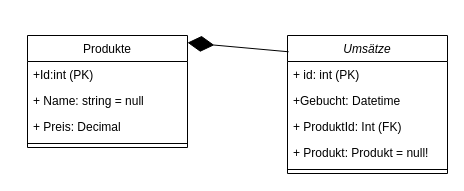
Earlier version of the draw.io diagram Kasse.drawio (Talhak06/ProjektKasse). Source tidied: cells renumbered, new cells numbered last; positions are measured from the earlier drawing's top-left corner, leaving out a move shared by most shapes. Both pictures are drawn from the tidied source at 100%, with x=0, y=0 at pixel (27, 35).
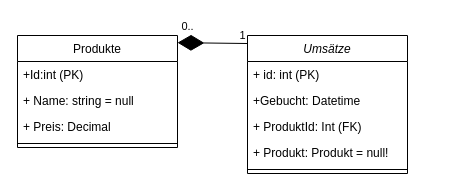
After the change.

Diff of the diagram source:
```diff
@@
 <mxGraphModel>
   <root>
     <mxCell id="0" />
     <mxCell id="1" parent="0" />
     <mxCell id="2" value="Umsätze" style="swimlane;fontStyle=2;align=center;verticalAlign=top;horizontal=1;startSize=26;rounded=0;shadow=0;strokeWidth=1;" parent="1" vertex="1">
-      <mxGeometry x="260" width="160" height="138" as="geometry" />
+      <mxGeometry x="220" width="160" height="138" as="geometry" />
     </mxCell>
     <mxCell id="3" value="+ id: int (PK)" style="text;align=left;verticalAlign=top;spacingLeft=4;spacingRight=4;overflow=hidden;" parent="2" vertex="1">
       <mxGeometry y="26" width="160" height="26" as="geometry" />
     </mxCell>
     <mxCell id="4" value="+Gebucht: Datetime" style="text;align=left;verticalAlign=top;spacingLeft=4;spacingRight=4;overflow=hidden;rounded=0;shadow=0;html=0;" parent="2" vertex="1">
       <mxGeometry y="52" width="160" height="26" as="geometry" />
     </mxCell>
     <mxCell id="5" value="+ ProduktId: Int (FK) " style="text;align=left;verticalAlign=top;spacingLeft=4;spacingRight=4;overflow=hidden;rounded=0;shadow=0;html=0;" parent="2" vertex="1">
       <mxGeometry y="78" width="160" height="26" as="geometry" />
     </mxCell>
     <mxCell id="6" value="+ Produkt: Produkt = null!" style="text;align=left;verticalAlign=top;spacingLeft=4;spacingRight=4;overflow=hidden;rounded=0;shadow=0;html=0;" parent="2" vertex="1">
       <mxGeometry y="104" width="160" height="26" as="geometry" />
     </mxCell>
     <mxCell id="7" style="line;html=1;strokeWidth=1;align=left;verticalAlign=middle;spacingTop=-1;spacingLeft=3;spacingRight=3;labelPosition=right;" parent="2" vertex="1">
       <mxGeometry y="130" width="160" height="8" as="geometry" />
     </mxCell>
     <mxCell id="8" value="Produkte" style="swimlane;fontStyle=0;align=center;verticalAlign=top;horizontal=1;startSize=26;rounded=0;shadow=0;strokeWidth=1;" parent="1" vertex="1">
-      <mxGeometry width="160" height="112" as="geometry" />
+      <mxGeometry x="-10" width="160" height="112" as="geometry" />
     </mxCell>
     <mxCell id="9" value="+Id:int (PK)" style="text;align=left;verticalAlign=top;spacingLeft=4;spacingRight=4;overflow=hidden;" parent="8" vertex="1">
       <mxGeometry y="26" width="160" height="26" as="geometry" />
     </mxCell>
     <mxCell id="10" value="+ Name: string = null" style="text;align=left;verticalAlign=top;spacingLeft=4;spacingRight=4;overflow=hidden;rounded=0;shadow=0;html=0;" parent="8" vertex="1">
       <mxGeometry y="52" width="160" height="26" as="geometry" />
     </mxCell>
     <mxCell id="11" value="+ Preis: Decimal" style="text;align=left;verticalAlign=top;spacingLeft=4;spacingRight=4;overflow=hidden;rounded=0;shadow=0;html=0;" parent="8" vertex="1">
       <mxGeometry y="78" width="160" height="26" as="geometry" />
     </mxCell>
     <mxCell id="12" style="line;html=1;strokeWidth=1;align=left;verticalAlign=middle;spacingTop=-1;spacingLeft=3;spacingRight=3;labelPosition=right;" parent="8" vertex="1">
       <mxGeometry y="104" width="160" height="8" as="geometry" />
     </mxCell>
-    <mxCell id="13" style="endArrow=diamondThin;endFill=1;endSize=24;html=1;rounded=0;entryX=1;entryY=0.064;entryDx=0;entryDy=0;entryPerimeter=0;exitX=0.007;exitY=0.118;exitDx=0;exitDy=0;exitPerimeter=0;" parent="1" edge="1" source="2" target="8">
+    <mxCell id="13" style="endArrow=diamondThin;endFill=1;endSize=24;html=1;rounded=0;entryX=1;entryY=0.064;entryDx=0;entryDy=0;entryPerimeter=0;exitX=0;exitY=0.058;exitDx=0;exitDy=0;exitPerimeter=0;" parent="1" edge="1" source="2" target="8">
       <mxGeometry relative="1" as="geometry" />
     </mxCell>
+    <mxCell id="14" value="1" style="edgeLabel;html=1;align=center;verticalAlign=middle;" parent="13" vertex="1">
+      <mxGeometry x="-0.85" relative="1" as="geometry">
+        <mxPoint x="-1" y="-8" as="offset" />
+      </mxGeometry>
+    </mxCell>
+    <mxCell id="15" value="0.." style="edgeLabel;html=1;align=center;verticalAlign=middle;" parent="13" vertex="1">
+      <mxGeometry x="0.52" y="2" relative="1" as="geometry">
+        <mxPoint x="-7" y="-19" as="offset" />
+      </mxGeometry>
+    </mxCell>
   </root>
 </mxGraphModel>
```
